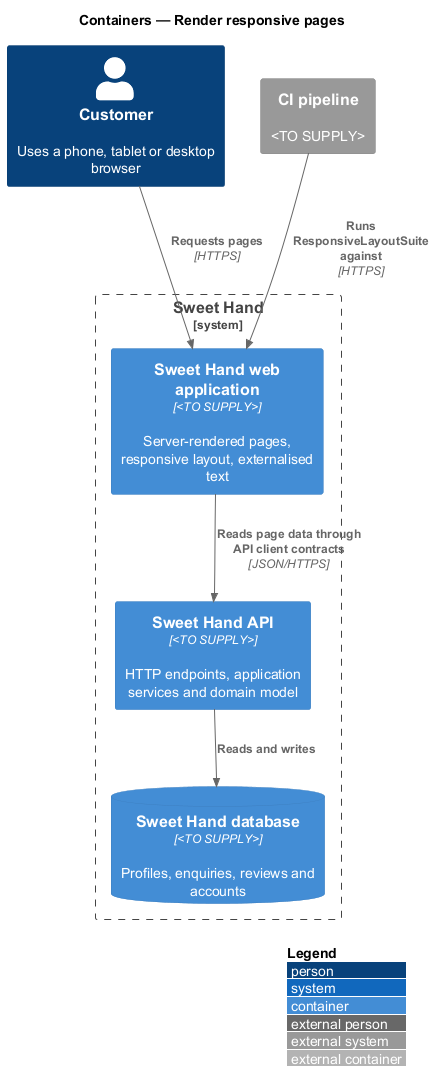
Earlier version of the PlantUML export docs/detailed-designs/platform/render-responsive-pages/diagrams/c4-container.png (QuinntyneBrown/sweet-hand). The source it was exported from:
```plantuml
@startuml
!include <C4/C4_Container>
LAYOUT_WITH_LEGEND()
title Containers — Render responsive pages

Person(customer, "Customer", "Uses a phone, tablet or desktop browser")
System_Ext(ci, "CI pipeline", "<TO SUPPLY>")
System_Boundary(sweethand, "Sweet Hand") {
  Container(web, "Sweet Hand web application", "<TO SUPPLY>", "Server-rendered pages, responsive layout, externalised text")
  Container(api, "Sweet Hand API", "<TO SUPPLY>", "HTTP endpoints, application services and domain model")
  ContainerDb(db, "Sweet Hand database", "<TO SUPPLY>", "Profiles, enquiries, reviews and accounts")
}

Rel(customer, web, "Requests pages", "HTTPS")
Rel(web, api, "Reads page data through API client contracts", "JSON/HTTPS")
Rel(api, db, "Reads and writes")
Rel(ci, web, "Runs ResponsiveLayoutSuite against", "HTTPS")
@enduml
```
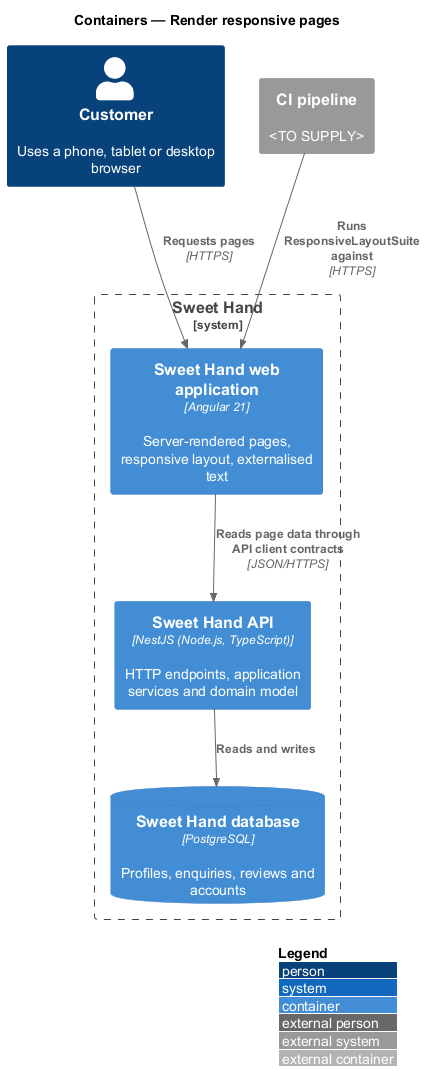
Later version of the same file.

Change to the diagram source:
```diff
@@ -6,9 +6,9 @@
 Person(customer, "Customer", "Uses a phone, tablet or desktop browser")
 System_Ext(ci, "CI pipeline", "<TO SUPPLY>")
 System_Boundary(sweethand, "Sweet Hand") {
-  Container(web, "Sweet Hand web application", "<TO SUPPLY>", "Server-rendered pages, responsive layout, externalised text")
-  Container(api, "Sweet Hand API", "<TO SUPPLY>", "HTTP endpoints, application services and domain model")
-  ContainerDb(db, "Sweet Hand database", "<TO SUPPLY>", "Profiles, enquiries, reviews and accounts")
+  Container(web, "Sweet Hand web application", "Angular 21", "Server-rendered pages, responsive layout, externalised text")
+  Container(api, "Sweet Hand API", "NestJS (Node.js, TypeScript)", "HTTP endpoints, application services and domain model")
+  ContainerDb(db, "Sweet Hand database", "PostgreSQL", "Profiles, enquiries, reviews and accounts")
 }
 
 Rel(customer, web, "Requests pages", "HTTPS")
```
